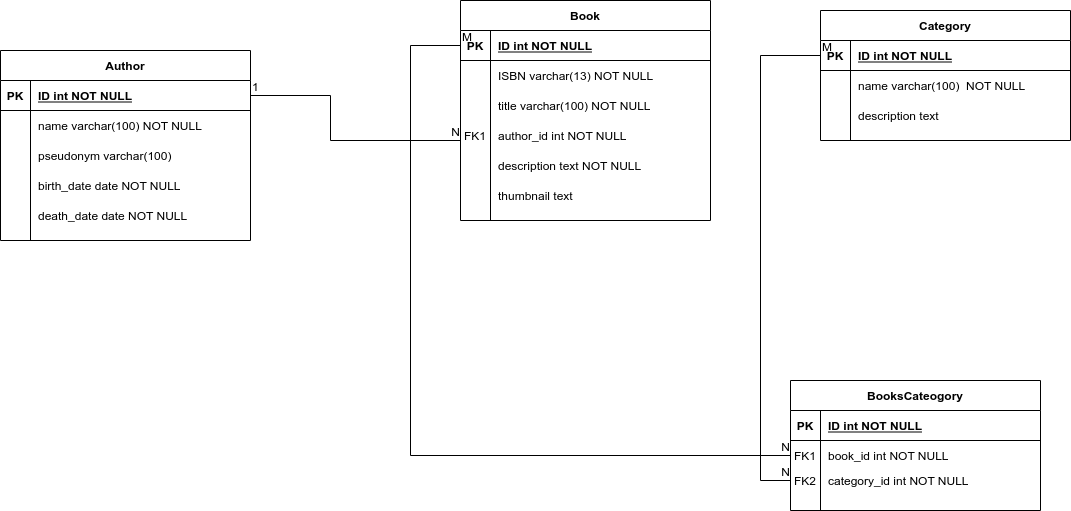
Above: eer.png in abrahamroblesgarcia/bibliotecapp (draw.io), before the change. Source tidied: cells renumbered, new cells last; positions are measured from the earlier drawing's top-left corner, leaving out a move shared by most shapes. Source of this version:
```xml
<mxGraphModel>
  <root>
    <mxCell id="0" />
    <mxCell id="1" parent="0" />
    <mxCell id="2" value="Category" style="shape=table;startSize=30;rowLines=0;fontStyle=1;align=center;" parent="1" vertex="1">
      <mxGeometry x="820" y="10" width="250" height="130" as="geometry" />
    </mxCell>
    <mxCell id="3" style="shape=partialRectangle;fillColor=none;points=[[0,0.5],[1,0.5]];portConstraint=eastwest;top=0;left=0;right=0;bottom=1;" parent="2" vertex="1">
      <mxGeometry y="30" width="250" height="30" as="geometry" />
    </mxCell>
    <mxCell id="4" value="PK" style="shape=partialRectangle;overflow=hidden;fillColor=none;top=0;left=0;bottom=0;right=0;fontStyle=1;" parent="3" vertex="1">
      <mxGeometry width="30" height="30" as="geometry" />
    </mxCell>
    <mxCell id="5" value="ID int NOT NULL " style="shape=partialRectangle;overflow=hidden;fillColor=none;top=0;left=0;bottom=0;right=0;align=left;spacingLeft=6;fontStyle=5;" parent="3" vertex="1">
      <mxGeometry x="30" width="220" height="30" as="geometry" />
    </mxCell>
    <mxCell id="6" style="shape=partialRectangle;fillColor=none;top=0;left=0;right=0;bottom=0;" parent="2" vertex="1">
      <mxGeometry y="60" width="250" height="30" as="geometry" />
    </mxCell>
    <mxCell id="7" style="shape=partialRectangle;overflow=hidden;fillColor=none;top=0;left=0;bottom=0;right=0;" parent="6" vertex="1">
      <mxGeometry width="30" height="30" as="geometry" />
    </mxCell>
    <mxCell id="8" value="name varchar(100)  NOT NULL" style="shape=partialRectangle;overflow=hidden;fillColor=none;top=0;left=0;bottom=0;right=0;align=left;spacingLeft=6;" parent="6" vertex="1">
      <mxGeometry x="30" width="220" height="30" as="geometry" />
    </mxCell>
    <mxCell id="9" style="shape=partialRectangle;fillColor=none;top=0;left=0;right=0;bottom=0;" parent="2" vertex="1">
      <mxGeometry y="90" width="250" height="30" as="geometry" />
    </mxCell>
    <mxCell id="10" style="shape=partialRectangle;overflow=hidden;fillColor=none;top=0;left=0;bottom=0;right=0;" parent="9" vertex="1">
      <mxGeometry width="30" height="30" as="geometry" />
    </mxCell>
    <mxCell id="11" value="description text" style="shape=partialRectangle;overflow=hidden;fillColor=none;top=0;left=0;bottom=0;right=0;align=left;spacingLeft=6;" parent="9" vertex="1">
      <mxGeometry x="30" width="220" height="30" as="geometry" />
    </mxCell>
    <mxCell id="12" style="shape=partialRectangle;overflow=hidden;fillColor=none;top=0;left=0;bottom=0;right=0;" parent="1" vertex="1">
      <mxGeometry x="290" y="170" width="30" height="30" as="geometry" />
    </mxCell>
    <mxCell id="13" style="group;" parent="1" vertex="1">
      <mxGeometry x="460" width="250" height="220" as="geometry" />
    </mxCell>
    <mxCell id="14" value="Book" style="shape=table;startSize=30;rowLines=0;fontStyle=1;align=center;" parent="13" vertex="1">
      <mxGeometry width="250" height="220" as="geometry" />
    </mxCell>
    <mxCell id="15" style="shape=partialRectangle;fillColor=none;points=[[0,0.5],[1,0.5]];portConstraint=eastwest;top=0;left=0;right=0;bottom=1;" parent="14" vertex="1">
      <mxGeometry y="30" width="250" height="30" as="geometry" />
    </mxCell>
    <mxCell id="16" value="PK" style="shape=partialRectangle;overflow=hidden;fillColor=none;top=0;left=0;bottom=0;right=0;fontStyle=1;" parent="15" vertex="1">
      <mxGeometry width="30" height="30" as="geometry" />
    </mxCell>
    <mxCell id="17" value="ID int NOT NULL " style="shape=partialRectangle;overflow=hidden;fillColor=none;top=0;left=0;bottom=0;right=0;align=left;spacingLeft=6;fontStyle=5;" parent="15" vertex="1">
      <mxGeometry x="30" width="220" height="30" as="geometry" />
    </mxCell>
    <mxCell id="18" style="shape=partialRectangle;fillColor=none;top=0;left=0;right=0;bottom=0;" parent="14" vertex="1">
      <mxGeometry y="60" width="250" height="30" as="geometry" />
    </mxCell>
    <mxCell id="19" style="shape=partialRectangle;overflow=hidden;fillColor=none;top=0;left=0;bottom=0;right=0;" parent="18" vertex="1">
      <mxGeometry width="30" height="30" as="geometry" />
    </mxCell>
    <mxCell id="20" value="ISBN varchar(13) NOT NULL" style="shape=partialRectangle;overflow=hidden;fillColor=none;top=0;left=0;bottom=0;right=0;align=left;spacingLeft=6;" parent="18" vertex="1">
      <mxGeometry x="30" width="220" height="30" as="geometry" />
    </mxCell>
    <mxCell id="21" value="title varchar(100) NOT NULL" style="shape=partialRectangle;overflow=hidden;fillColor=none;top=0;left=0;bottom=0;right=0;align=left;spacingLeft=6;" parent="13" vertex="1">
      <mxGeometry x="30" y="90" width="220" height="30" as="geometry" />
    </mxCell>
    <mxCell id="22" value="description text NOT NULL" style="shape=partialRectangle;overflow=hidden;fillColor=none;top=0;left=0;bottom=0;right=0;align=left;spacingLeft=6;" parent="13" vertex="1">
      <mxGeometry x="30" y="150" width="220" height="30" as="geometry" />
    </mxCell>
    <mxCell id="23" value="thumbnail text " style="shape=partialRectangle;overflow=hidden;fillColor=none;top=0;left=0;bottom=0;right=0;align=left;spacingLeft=6;" parent="13" vertex="1">
      <mxGeometry x="30" y="180" width="220" height="30" as="geometry" />
    </mxCell>
    <mxCell id="24" style="group;" parent="13" vertex="1">
      <mxGeometry y="120" width="250" height="30" as="geometry" />
    </mxCell>
    <mxCell id="25" value="author_id int NOT NULL" style="shape=partialRectangle;overflow=hidden;fillColor=none;top=0;left=0;bottom=0;right=0;align=left;spacingLeft=6;" parent="24" vertex="1">
      <mxGeometry x="30" width="220" height="30" as="geometry" />
    </mxCell>
    <mxCell id="26" value="FK1" style="shape=partialRectangle;overflow=hidden;fillColor=none;top=0;left=0;bottom=0;right=0;" parent="24" vertex="1">
      <mxGeometry width="30" height="30" as="geometry" />
    </mxCell>
    <mxCell id="27" style="group;" parent="1" vertex="1">
      <mxGeometry y="50" width="250" height="190" as="geometry" />
    </mxCell>
    <mxCell id="28" value="Author" style="shape=table;startSize=30;rowLines=0;fontStyle=1;align=center;" parent="27" vertex="1">
      <mxGeometry width="250" height="190" as="geometry" />
    </mxCell>
    <mxCell id="29" style="shape=partialRectangle;fillColor=none;points=[[0,0.5],[1,0.5]];portConstraint=eastwest;top=0;left=0;right=0;bottom=1;" parent="28" vertex="1">
      <mxGeometry y="30" width="250" height="30" as="geometry" />
    </mxCell>
    <mxCell id="30" value="PK" style="shape=partialRectangle;overflow=hidden;fillColor=none;top=0;left=0;bottom=0;right=0;fontStyle=1;" parent="29" vertex="1">
      <mxGeometry width="30" height="30" as="geometry" />
    </mxCell>
    <mxCell id="31" value="ID int NOT NULL " style="shape=partialRectangle;overflow=hidden;fillColor=none;top=0;left=0;bottom=0;right=0;align=left;spacingLeft=6;fontStyle=5;" parent="29" vertex="1">
      <mxGeometry x="30" width="220" height="30" as="geometry" />
    </mxCell>
    <mxCell id="32" style="shape=partialRectangle;fillColor=none;top=0;left=0;right=0;bottom=0;" parent="28" vertex="1">
      <mxGeometry y="60" width="250" height="30" as="geometry" />
    </mxCell>
    <mxCell id="33" style="shape=partialRectangle;overflow=hidden;fillColor=none;top=0;left=0;bottom=0;right=0;" parent="32" vertex="1">
      <mxGeometry width="30" height="30" as="geometry" />
    </mxCell>
    <mxCell id="34" value="name varchar(100) NOT NULL" style="shape=partialRectangle;overflow=hidden;fillColor=none;top=0;left=0;bottom=0;right=0;align=left;spacingLeft=6;" parent="32" vertex="1">
      <mxGeometry x="30" width="220" height="30" as="geometry" />
    </mxCell>
    <mxCell id="35" style="shape=partialRectangle;fillColor=none;top=0;left=0;right=0;bottom=0;" parent="28" vertex="1">
      <mxGeometry y="90" width="250" height="30" as="geometry" />
    </mxCell>
    <mxCell id="36" style="shape=partialRectangle;overflow=hidden;fillColor=none;top=0;left=0;bottom=0;right=0;" parent="35" vertex="1">
      <mxGeometry width="30" height="30" as="geometry" />
    </mxCell>
    <mxCell id="37" value="pseudonym varchar(100) " style="shape=partialRectangle;overflow=hidden;fillColor=none;top=0;left=0;bottom=0;right=0;align=left;spacingLeft=6;" parent="35" vertex="1">
      <mxGeometry x="30" width="220" height="30" as="geometry" />
    </mxCell>
    <mxCell id="38" value="birth_date date NOT NULL" style="shape=partialRectangle;overflow=hidden;fillColor=none;top=0;left=0;bottom=0;right=0;align=left;spacingLeft=6;" parent="27" vertex="1">
      <mxGeometry x="30" y="120" width="220" height="30" as="geometry" />
    </mxCell>
    <mxCell id="39" value="death_date date NOT NULL" style="shape=partialRectangle;overflow=hidden;fillColor=none;top=0;left=0;bottom=0;right=0;align=left;spacingLeft=6;" parent="27" vertex="1">
      <mxGeometry x="30" y="150" width="220" height="30" as="geometry" />
    </mxCell>
    <mxCell id="40" style="group;" parent="1" vertex="1">
      <mxGeometry x="790" y="380" width="250" height="130" as="geometry" />
    </mxCell>
    <mxCell id="41" value="BooksCateogory" style="shape=table;startSize=30;rowLines=0;fontStyle=1;align=center;" parent="40" vertex="1">
      <mxGeometry width="250" height="130" as="geometry" />
    </mxCell>
    <mxCell id="42" style="shape=partialRectangle;fillColor=none;top=0;left=0;right=0;bottom=1;" parent="41" vertex="1">
      <mxGeometry y="30" width="250" height="30" as="geometry" />
    </mxCell>
    <mxCell id="43" value="PK" style="shape=partialRectangle;overflow=hidden;fillColor=none;top=0;left=0;bottom=0;right=0;fontStyle=1;" parent="42" vertex="1">
      <mxGeometry width="30" height="30" as="geometry" />
    </mxCell>
    <mxCell id="44" value="ID int NOT NULL " style="shape=partialRectangle;overflow=hidden;fillColor=none;top=0;left=0;bottom=0;right=0;align=left;spacingLeft=6;fontStyle=5;" parent="42" vertex="1">
      <mxGeometry x="30" width="220" height="30" as="geometry" />
    </mxCell>
    <mxCell id="45" style="shape=partialRectangle;fillColor=none;points=[[0,0.5],[1,0.5]];portConstraint=eastwest;top=0;left=0;right=0;bottom=0;" parent="41" vertex="1">
      <mxGeometry y="60" width="250" height="30" as="geometry" />
    </mxCell>
    <mxCell id="46" value="FK1" style="shape=partialRectangle;overflow=hidden;fillColor=none;top=0;left=0;bottom=0;right=0;" parent="45" vertex="1">
      <mxGeometry width="30" height="30" as="geometry" />
    </mxCell>
    <mxCell id="47" value="book_id int NOT NULL" style="shape=partialRectangle;overflow=hidden;fillColor=none;top=0;left=0;bottom=0;right=0;align=left;spacingLeft=6;" parent="45" vertex="1">
      <mxGeometry x="30" width="220" height="30" as="geometry" />
    </mxCell>
    <mxCell id="48" style="group;" parent="40" vertex="1">
      <mxGeometry y="85" width="250" height="30" as="geometry" />
    </mxCell>
    <mxCell id="49" value="category_id int NOT NULL" style="shape=partialRectangle;overflow=hidden;fillColor=none;top=0;left=0;bottom=0;right=0;align=left;spacingLeft=6;" parent="48" vertex="1">
      <mxGeometry x="30" width="220" height="30" as="geometry" />
    </mxCell>
    <mxCell id="50" value="FK2" style="shape=partialRectangle;overflow=hidden;fillColor=none;top=0;left=0;bottom=0;right=0;" parent="48" vertex="1">
      <mxGeometry width="30" height="30" as="geometry" />
    </mxCell>
    <mxCell id="51" style="endArrow=none;html=1;rounded=0;entryX=0;entryY=0.5;entryDx=0;entryDy=0;exitX=0;exitY=0.5;exitDx=0;exitDy=0;" parent="1" edge="1" source="15" target="45">
      <mxGeometry relative="1" as="geometry">
        <Array as="points">
          <mxPoint x="410" y="45" />
          <mxPoint x="410" y="455" />
        </Array>
      </mxGeometry>
    </mxCell>
    <mxCell id="52" value="M" style="html=1;align=left;verticalAlign=bottom;" parent="51" vertex="1">
      <mxGeometry x="-1" relative="1" as="geometry" />
    </mxCell>
    <mxCell id="53" value="N" style="html=1;align=right;verticalAlign=bottom;" parent="51" vertex="1">
      <mxGeometry x="1" relative="1" as="geometry" />
    </mxCell>
    <mxCell id="54" style="endArrow=none;html=1;rounded=0;exitX=0;exitY=0.5;exitDx=0;exitDy=0;" parent="1" edge="1" source="3">
      <mxGeometry relative="1" as="geometry">
        <mxPoint x="790" y="480" as="targetPoint" />
        <Array as="points">
          <mxPoint x="760" y="55" />
          <mxPoint x="760" y="480" />
        </Array>
      </mxGeometry>
    </mxCell>
    <mxCell id="55" value="M" style="html=1;align=left;verticalAlign=bottom;" parent="54" vertex="1">
      <mxGeometry x="-1" relative="1" as="geometry" />
    </mxCell>
    <mxCell id="56" value="N" style="html=1;align=right;verticalAlign=bottom;" parent="54" vertex="1">
      <mxGeometry x="1" relative="1" as="geometry" />
    </mxCell>
    <mxCell id="57" style="endArrow=none;html=1;rounded=0;exitX=1;exitY=0.5;exitDx=0;exitDy=0;" parent="1" edge="1" source="29">
      <mxGeometry relative="1" as="geometry">
        <mxPoint x="460" y="140" as="targetPoint" />
        <Array as="points">
          <mxPoint x="330" y="95" />
          <mxPoint x="330" y="140" />
        </Array>
      </mxGeometry>
    </mxCell>
    <mxCell id="58" value="1" style="html=1;align=left;verticalAlign=bottom;" parent="57" vertex="1">
      <mxGeometry x="-1" relative="1" as="geometry" />
    </mxCell>
    <mxCell id="59" value="N" style="html=1;align=right;verticalAlign=bottom;" parent="57" vertex="1">
      <mxGeometry x="1" relative="1" as="geometry" />
    </mxCell>
  </root>
</mxGraphModel>
```
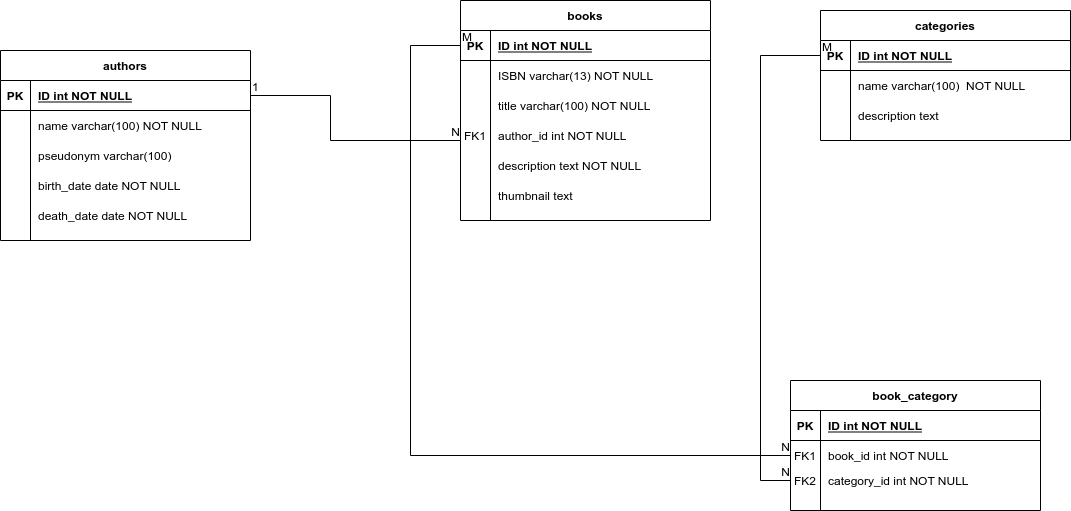
Above is the later version.

Change to the diagram source:
```diff
@@ -2,7 +2,7 @@
   <root>
     <mxCell id="0" />
     <mxCell id="1" parent="0" />
-    <mxCell id="2" value="Category" style="shape=table;startSize=30;rowLines=0;fontStyle=1;align=center;" parent="1" vertex="1">
+    <mxCell id="2" value="categories" style="shape=table;startSize=30;rowLines=0;fontStyle=1;align=center;" parent="1" vertex="1">
       <mxGeometry x="820" y="10" width="250" height="130" as="geometry" />
     </mxCell>
     <mxCell id="3" style="shape=partialRectangle;fillColor=none;points=[[0,0.5],[1,0.5]];portConstraint=eastwest;top=0;left=0;right=0;bottom=1;" parent="2" vertex="1">
@@ -38,7 +38,7 @@
     <mxCell id="13" style="group;" parent="1" vertex="1">
       <mxGeometry x="460" width="250" height="220" as="geometry" />
     </mxCell>
-    <mxCell id="14" value="Book" style="shape=table;startSize=30;rowLines=0;fontStyle=1;align=center;" parent="13" vertex="1">
+    <mxCell id="14" value="books" style="shape=table;startSize=30;rowLines=0;fontStyle=1;align=center;" parent="13" vertex="1">
       <mxGeometry width="250" height="220" as="geometry" />
     </mxCell>
     <mxCell id="15" style="shape=partialRectangle;fillColor=none;points=[[0,0.5],[1,0.5]];portConstraint=eastwest;top=0;left=0;right=0;bottom=1;" parent="14" vertex="1">
@@ -80,7 +80,7 @@
     <mxCell id="27" style="group;" parent="1" vertex="1">
       <mxGeometry y="50" width="250" height="190" as="geometry" />
     </mxCell>
-    <mxCell id="28" value="Author" style="shape=table;startSize=30;rowLines=0;fontStyle=1;align=center;" parent="27" vertex="1">
+    <mxCell id="28" value="authors" style="shape=table;startSize=30;rowLines=0;fontStyle=1;align=center;" parent="27" vertex="1">
       <mxGeometry width="250" height="190" as="geometry" />
     </mxCell>
     <mxCell id="29" style="shape=partialRectangle;fillColor=none;points=[[0,0.5],[1,0.5]];portConstraint=eastwest;top=0;left=0;right=0;bottom=1;" parent="28" vertex="1">
@@ -119,7 +119,7 @@
     <mxCell id="40" style="group;" parent="1" vertex="1">
       <mxGeometry x="790" y="380" width="250" height="130" as="geometry" />
     </mxCell>
-    <mxCell id="41" value="BooksCateogory" style="shape=table;startSize=30;rowLines=0;fontStyle=1;align=center;" parent="40" vertex="1">
+    <mxCell id="41" value="book_category" style="shape=table;startSize=30;rowLines=0;fontStyle=1;align=center;" parent="40" vertex="1">
       <mxGeometry width="250" height="130" as="geometry" />
     </mxCell>
     <mxCell id="42" style="shape=partialRectangle;fillColor=none;top=0;left=0;right=0;bottom=1;" parent="41" vertex="1">
```
